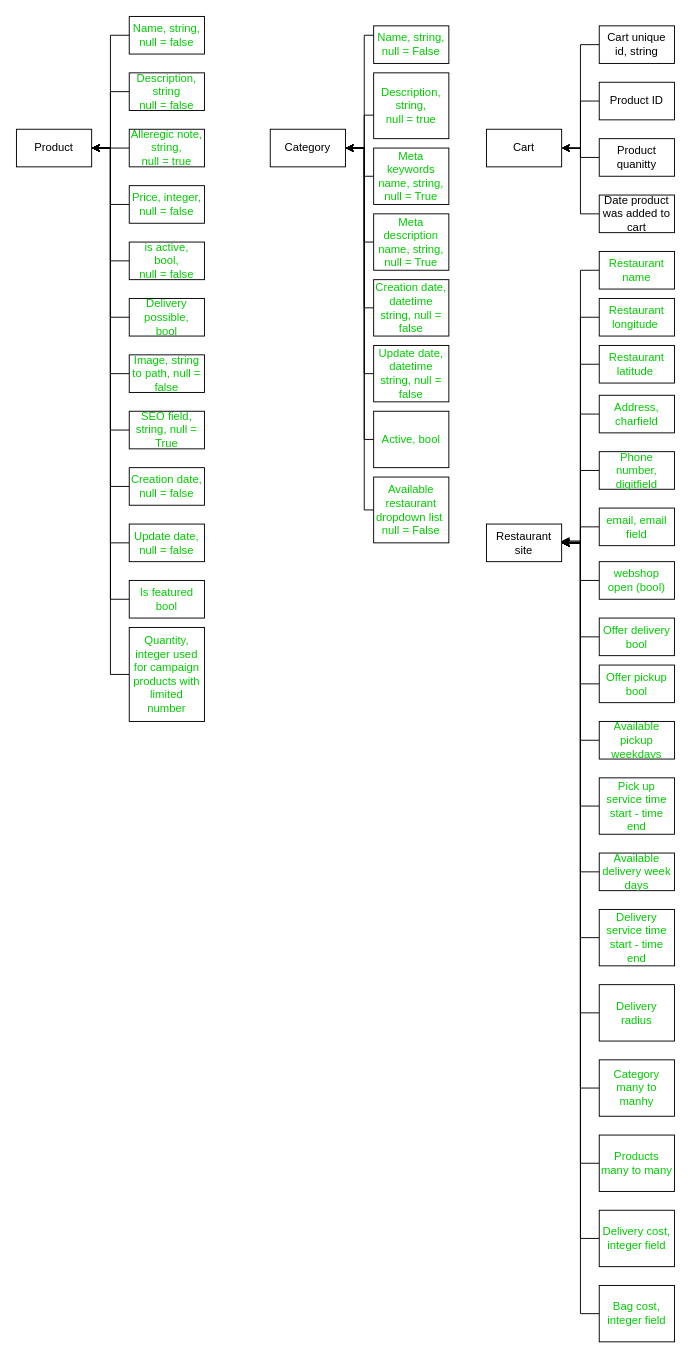
The draw.io diagram Untitled Diagram.drawio in JianDk/HD_website, before the edit. Source tidied: cells renumbered, new cells numbered last; positions are measured from the earlier drawing's top-left corner, leaving out a move shared by most shapes. Both pictures are drawn from the tidied source at 94%, with x=0, y=0 at pixel (16, 16).
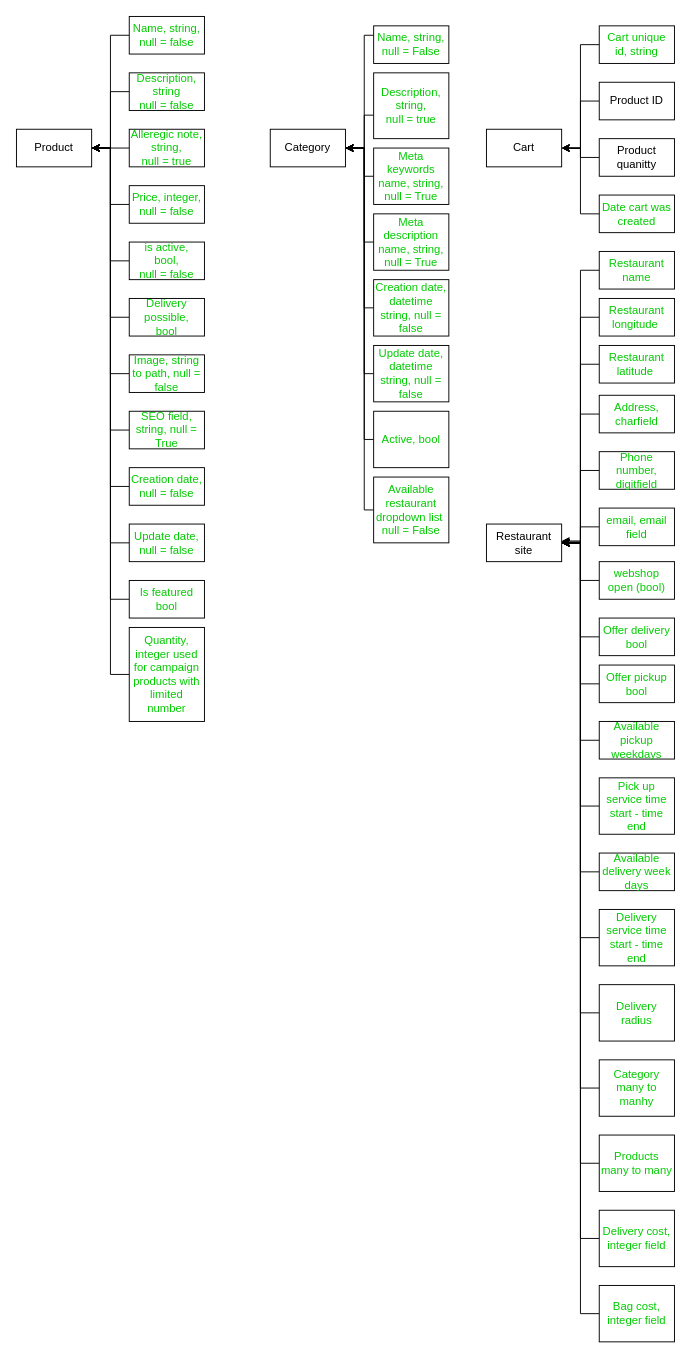
After the change.

The edit, as a diff of the source:
```diff
@@
-    <mxCell id="44" value="Cart unique id, string" style="rounded=0;whiteSpace=wrap;html=1;" parent="1" vertex="1">
+    <mxCell id="44" value="&lt;font color=&quot;#00cc00&quot;&gt;Cart unique id, string&lt;/font&gt;" style="rounded=0;whiteSpace=wrap;html=1;" parent="1" vertex="1">
       <mxGeometry x="620" y="10" width="80" height="40" as="geometry" />
     </mxCell>
@@
-    <mxCell id="50" value="Date product was added to cart" style="rounded=0;whiteSpace=wrap;html=1;" parent="1" vertex="1">
+    <mxCell id="50" value="&lt;font color=&quot;#00cc00&quot;&gt;Date cart was created&lt;/font&gt;" style="rounded=0;whiteSpace=wrap;html=1;" parent="1" vertex="1">
       <mxGeometry x="620" y="190" width="80" height="40" as="geometry" />
     </mxCell>
```
